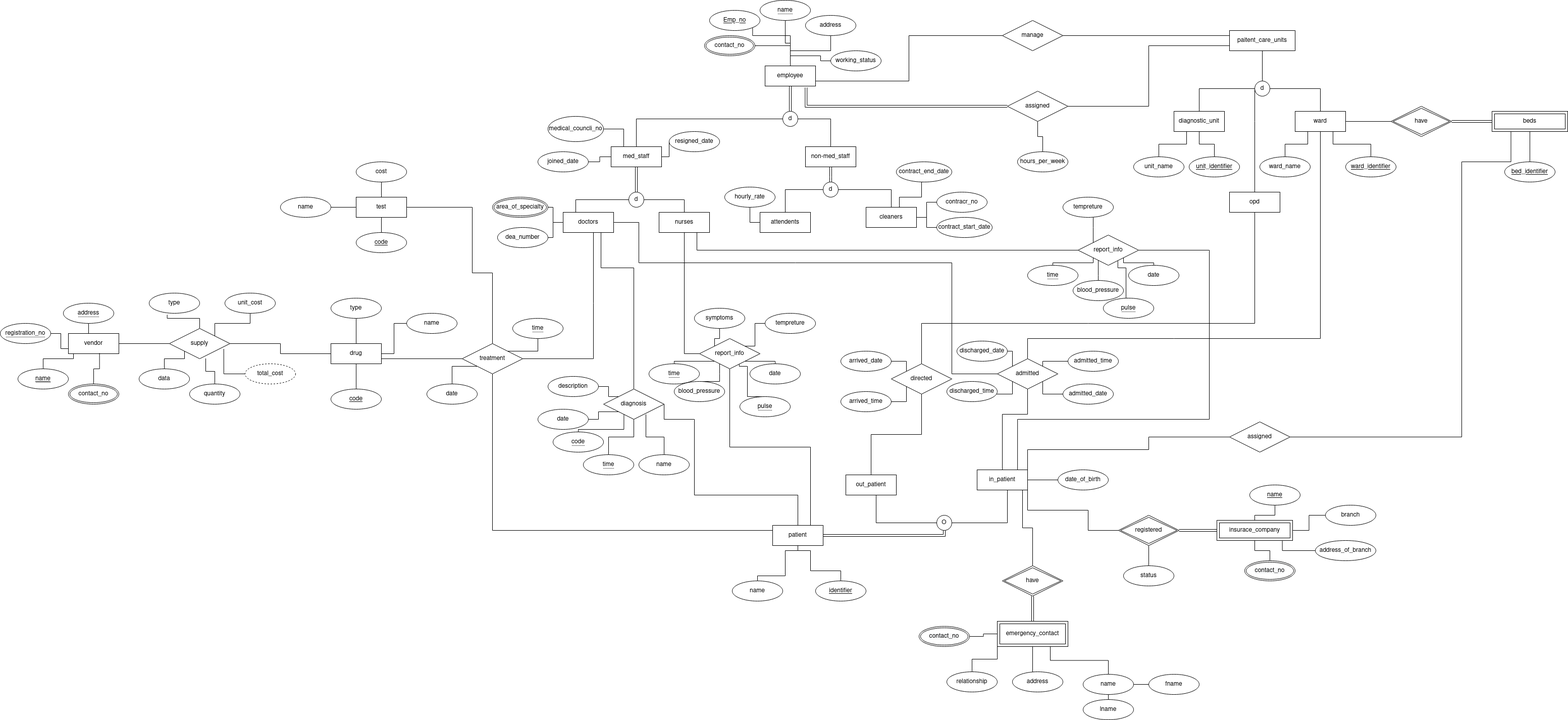
The draw.io diagram db_02.png in BhathiyaVandebona/POS_SYSTEM_0.1, before a commit. Source tidied: cells renumbered, new cells last; positions are measured from the earlier drawing's top-left corner, leaving out a move shared by most shapes.
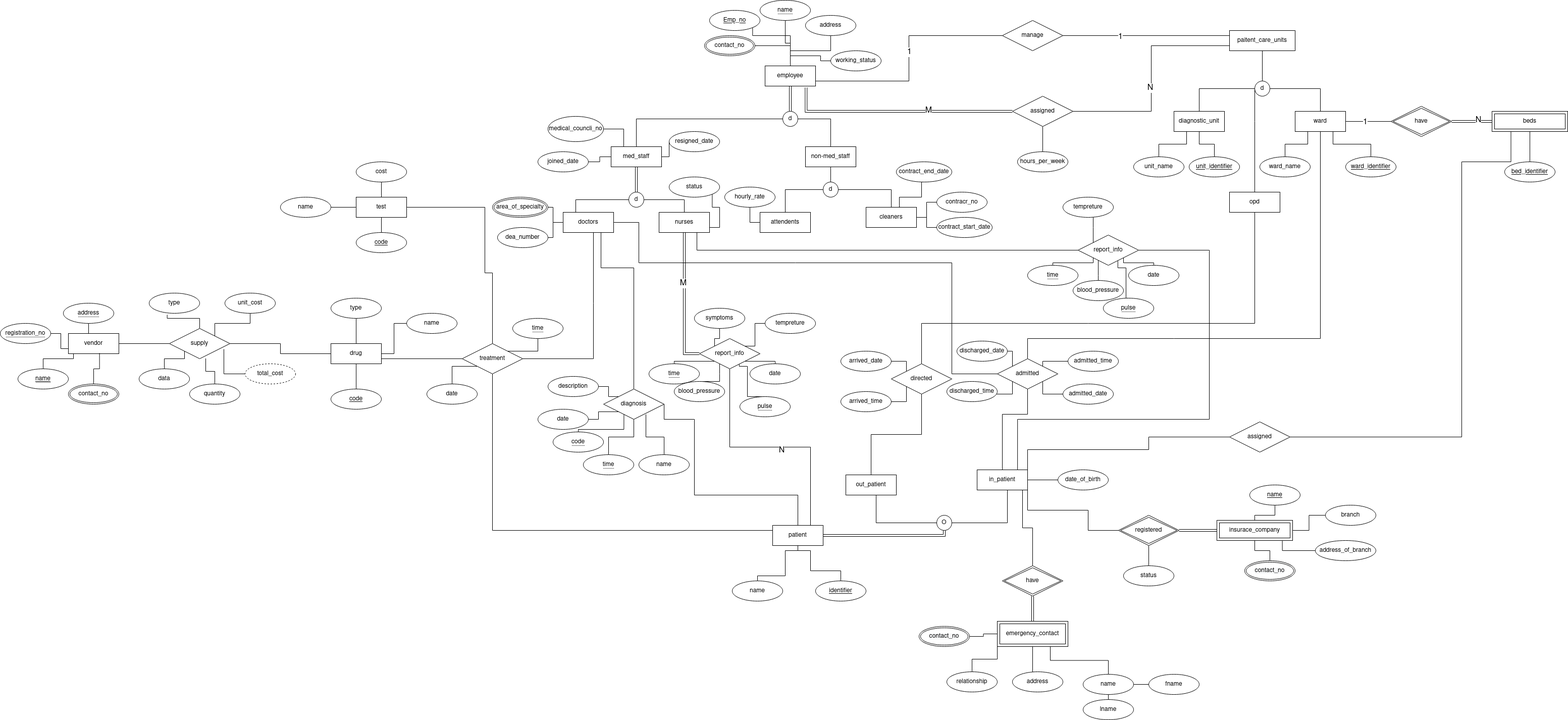
After the change.

What changed in the source:
```diff
@@ -102,9 +102,12 @@
     <mxCell id="29" value="attendents" style="whiteSpace=wrap;html=1;align=center;" parent="1" vertex="1">
       <mxGeometry x="1505" y="420" width="100" height="40" as="geometry" />
     </mxCell>
-    <mxCell id="30" style="edgeStyle=orthogonalEdgeStyle;rounded=0;jettySize=auto;html=1;startFill=0;endArrow=none;endFill=0;strokeWidth=1;entryX=0;entryY=0.5;entryDx=0;entryDy=0;" parent="1" edge="1" source="32" target="177">
+    <mxCell id="30" style="edgeStyle=orthogonalEdgeStyle;rounded=0;jettySize=auto;html=1;startFill=0;endArrow=none;endFill=0;strokeWidth=1;entryX=0;entryY=0.5;entryDx=0;entryDy=0;shape=link;" parent="1" edge="1" source="32" target="177">
       <mxGeometry relative="1" as="geometry" />
     </mxCell>
+    <mxCell id="234" value="M" style="edgeLabel;html=1;align=center;verticalAlign=middle;fontSize=16;" parent="30" vertex="1">
+      <mxGeometry x="-0.26" y="-3" relative="1" as="geometry" />
+    </mxCell>
     <mxCell id="31" style="edgeStyle=orthogonalEdgeStyle;rounded=0;jettySize=auto;html=1;exitX=0.75;exitY=1;exitDx=0;exitDy=0;entryX=0;entryY=0.5;entryDx=0;entryDy=0;startFill=0;endArrow=none;endFill=0;strokeWidth=1;" parent="1" edge="1" source="32" target="225">
       <mxGeometry relative="1" as="geometry">
         <Array as="points">
@@ -189,7 +192,7 @@
     <mxCell id="51" value="d" style="ellipse;whiteSpace=wrap;html=1;" parent="1" vertex="1">
       <mxGeometry x="1550" y="220" width="30" height="30" as="geometry" />
     </mxCell>
-    <mxCell id="52" style="edgeStyle=orthogonalEdgeStyle;rounded=0;jettySize=auto;html=1;startFill=0;endArrow=none;endFill=0;strokeWidth=1;shape=link;" parent="1" edge="1" source="55" target="27">
+    <mxCell id="52" style="edgeStyle=orthogonalEdgeStyle;rounded=0;jettySize=auto;html=1;startFill=0;endArrow=none;endFill=0;strokeWidth=1;" parent="1" edge="1" source="55" target="27">
       <mxGeometry relative="1" as="geometry" />
     </mxCell>
     <mxCell id="53" style="edgeStyle=orthogonalEdgeStyle;rounded=0;jettySize=auto;html=1;exitX=0;exitY=0.5;exitDx=0;exitDy=0;entryX=0.5;entryY=0;entryDx=0;entryDy=0;startFill=0;endArrow=none;endFill=0;strokeWidth=1;" parent="1" edge="1" source="55" target="29">
@@ -288,6 +291,9 @@
     <mxCell id="82" style="edgeStyle=orthogonalEdgeStyle;rounded=0;jettySize=auto;html=1;startFill=0;endArrow=none;endFill=0;strokeWidth=1;entryX=0;entryY=0.5;entryDx=0;entryDy=0;" parent="1" edge="1" source="83" target="220">
       <mxGeometry relative="1" as="geometry" />
     </mxCell>
+    <mxCell id="235" value="1" style="edgeLabel;html=1;align=center;verticalAlign=middle;fontSize=16;" parent="82" vertex="1">
+      <mxGeometry x="-0.14" y="-1" relative="1" as="geometry" />
+    </mxCell>
     <mxCell id="83" value="ward" style="whiteSpace=wrap;html=1;align=center;" parent="1" vertex="1">
       <mxGeometry x="2565" y="220" width="100" height="40" as="geometry" />
     </mxCell>
@@ -338,11 +344,17 @@
     <mxCell id="97" style="edgeStyle=orthogonalEdgeStyle;rounded=0;jettySize=auto;html=1;startFill=0;endArrow=none;endFill=0;strokeWidth=1;entryX=0.813;entryY=1.066;entryDx=0;entryDy=0;shape=link;entryPerimeter=0;" parent="1" edge="1" source="99" target="3">
       <mxGeometry relative="1" as="geometry" />
     </mxCell>
+    <mxCell id="236" value="&lt;font style=&quot;font-size: 16px&quot;&gt;M&lt;/font&gt;" style="edgeLabel;html=1;align=center;verticalAlign=middle;" parent="97" vertex="1">
+      <mxGeometry x="-0.27" y="-2" relative="1" as="geometry" />
+    </mxCell>
     <mxCell id="98" style="edgeStyle=orthogonalEdgeStyle;rounded=0;jettySize=auto;html=1;entryX=0;entryY=0.75;entryDx=0;entryDy=0;startFill=0;endArrow=none;endFill=0;strokeWidth=1;" parent="1" edge="1" source="99" target="87">
       <mxGeometry relative="1" as="geometry" />
     </mxCell>
+    <mxCell id="237" value="N" style="edgeLabel;html=1;align=center;verticalAlign=middle;fontSize=16;" parent="98" vertex="1">
+      <mxGeometry x="-0.08" y="3" relative="1" as="geometry" />
+    </mxCell>
     <mxCell id="99" value="assigned" style="shape=rhombus;perimeter=rhombusPerimeter;whiteSpace=wrap;html=1;align=center;" parent="1" vertex="1">
-      <mxGeometry x="1995" y="180" width="120" height="60" as="geometry" />
+      <mxGeometry x="2005" y="190" width="120" height="60" as="geometry" />
     </mxCell>
     <mxCell id="100" style="edgeStyle=orthogonalEdgeStyle;rounded=0;jettySize=auto;html=1;startFill=0;endArrow=none;endFill=0;strokeWidth=1;" parent="1" edge="1" source="101" target="99">
       <mxGeometry relative="1" as="geometry" />
@@ -353,9 +365,18 @@
     <mxCell id="102" style="edgeStyle=orthogonalEdgeStyle;rounded=0;jettySize=auto;html=1;entryX=0;entryY=0.25;entryDx=0;entryDy=0;startFill=0;endArrow=none;endFill=0;strokeWidth=1;" parent="1" edge="1" source="104" target="87">
       <mxGeometry relative="1" as="geometry" />
     </mxCell>
+    <mxCell id="238" value="&lt;font style=&quot;font-size: 16px&quot;&gt;1&lt;/font&gt;" style="edgeLabel;html=1;align=center;verticalAlign=middle;" parent="102" vertex="1">
+      <mxGeometry x="-0.31" y="-2" relative="1" as="geometry" />
+    </mxCell>
     <mxCell id="103" style="edgeStyle=orthogonalEdgeStyle;rounded=0;jettySize=auto;html=1;entryX=1;entryY=0.75;entryDx=0;entryDy=0;startFill=0;endArrow=none;endFill=0;strokeWidth=1;" parent="1" edge="1" source="104" target="3">
       <mxGeometry relative="1" as="geometry" />
     </mxCell>
+    <mxCell id="239" value="1" style="edgeLabel;html=1;align=center;verticalAlign=middle;" parent="103" vertex="1">
+      <mxGeometry x="-0.06" y="-2" relative="1" as="geometry" />
+    </mxCell>
+    <mxCell id="240" value="&lt;font style=&quot;font-size: 16px&quot;&gt;1&lt;/font&gt;" style="edgeLabel;html=1;align=center;verticalAlign=middle;" parent="103" vertex="1">
+      <mxGeometry x="-0.06" relative="1" as="geometry" />
+    </mxCell>
     <mxCell id="104" value="manage" style="shape=rhombus;perimeter=rhombusPerimeter;whiteSpace=wrap;html=1;align=center;" parent="1" vertex="1">
       <mxGeometry x="1985" y="40" width="120" height="60" as="geometry" />
     </mxCell>
@@ -415,8 +436,10 @@
     <mxCell id="120" value="type" style="ellipse;whiteSpace=wrap;html=1;align=center;" parent="1" vertex="1">
       <mxGeometry x="295" y="580" width="100" height="40" as="geometry" />
     </mxCell>
-    <mxCell id="121" style="edgeStyle=orthogonalEdgeStyle;rounded=0;jettySize=auto;html=1;entryX=0.898;entryY=0.676;entryDx=0;entryDy=0;entryPerimeter=0;startFill=0;endArrow=none;endFill=0;strokeWidth=1;" parent="1" edge="1" source="122" target="112">
-      <mxGeometry relative="1" as="geometry" />
+    <mxCell id="121" style="edgeStyle=orthogonalEdgeStyle;rounded=0;jettySize=auto;html=1;startFill=0;endArrow=none;endFill=0;strokeWidth=1;" parent="1" edge="1" source="122">
+      <mxGeometry relative="1" as="geometry">
+        <mxPoint x="443" y="691" as="targetPoint" />
+      </mxGeometry>
     </mxCell>
     <mxCell id="122" value="total_cost" style="ellipse;whiteSpace=wrap;html=1;align=center;dashed=1;" parent="1" vertex="1">
       <mxGeometry x="485" y="720" width="100" height="40" as="geometry" />
@@ -466,8 +489,8 @@
     <mxCell id="137" style="edgeStyle=orthogonalEdgeStyle;rounded=0;jettySize=auto;html=1;startFill=0;endArrow=none;endFill=0;strokeWidth=1;entryX=0.5;entryY=0;entryDx=0;entryDy=0;" parent="1" edge="1" source="138" target="108">
       <mxGeometry relative="1" as="geometry">
         <Array as="points">
-          <mxPoint x="935" y="410" />
-          <mxPoint x="935" y="540" />
+          <mxPoint x="960" y="410" />
+          <mxPoint x="960" y="540" />
           <mxPoint x="975" y="540" />
         </Array>
       </mxGeometry>
@@ -636,6 +659,9 @@
     <mxCell id="174" style="edgeStyle=orthogonalEdgeStyle;rounded=0;jettySize=auto;html=1;startFill=0;endArrow=none;endFill=0;strokeWidth=1;entryX=0.75;entryY=0;entryDx=0;entryDy=0;exitX=0.5;exitY=1;exitDx=0;exitDy=0;" parent="1" edge="1" source="177" target="146">
       <mxGeometry relative="1" as="geometry" />
     </mxCell>
+    <mxCell id="241" value="N" style="edgeLabel;html=1;align=center;verticalAlign=middle;fontSize=16;" parent="174" vertex="1">
+      <mxGeometry x="0.09" y="-6" relative="1" as="geometry" />
+    </mxCell>
     <mxCell id="175" style="edgeStyle=orthogonalEdgeStyle;rounded=0;jettySize=auto;html=1;entryX=0.5;entryY=0;entryDx=0;entryDy=0;startFill=0;endArrow=none;endFill=0;strokeWidth=1;" parent="1" edge="1" source="177" target="193">
       <mxGeometry relative="1" as="geometry">
         <Array as="points">
@@ -841,6 +867,9 @@
     <mxCell id="219" style="edgeStyle=orthogonalEdgeStyle;rounded=0;jettySize=auto;html=1;entryX=0;entryY=0.5;entryDx=0;entryDy=0;startFill=0;endArrow=none;endFill=0;strokeWidth=1;shape=link;" parent="1" edge="1" source="220" target="218">
       <mxGeometry relative="1" as="geometry" />
     </mxCell>
+    <mxCell id="242" value="N" style="edgeLabel;html=1;align=center;verticalAlign=middle;fontSize=16;" parent="219" vertex="1">
+      <mxGeometry x="0.27" y="3" relative="1" as="geometry" />
+    </mxCell>
     <mxCell id="220" value="have" style="shape=rhombus;double=1;perimeter=rhombusPerimeter;whiteSpace=wrap;html=1;align=center;" parent="1" vertex="1">
       <mxGeometry x="2755" y="210" width="120" height="60" as="geometry" />
     </mxCell>
@@ -906,5 +935,14 @@
     <mxCell id="233" value="&lt;span style=&quot;border-bottom: 1px dotted&quot;&gt;time&lt;/span&gt;" style="ellipse;whiteSpace=wrap;html=1;align=center;" parent="1" vertex="1">
       <mxGeometry x="2035" y="525" width="100" height="40" as="geometry" />
     </mxCell>
+    <mxCell id="243" style="edgeStyle=orthogonalEdgeStyle;rounded=0;jettySize=auto;html=1;exitX=0.5;exitY=1;exitDx=0;exitDy=0;entryX=0.75;entryY=0;entryDx=0;entryDy=0;strokeColor=none;startArrow=none;startFill=0;" parent="1" edge="1" source="245" target="32">
+      <mxGeometry relative="1" as="geometry" />
+    </mxCell>
+    <mxCell id="244" style="edgeStyle=orthogonalEdgeStyle;rounded=0;jettySize=auto;html=1;exitX=1;exitY=1;exitDx=0;exitDy=0;entryX=1;entryY=0.75;entryDx=0;entryDy=0;startArrow=none;startFill=0;endArrow=none;endFill=0;" parent="1" edge="1" source="245" target="32">
+      <mxGeometry relative="1" as="geometry" />
+    </mxCell>
+    <mxCell id="245" value="status" style="ellipse;whiteSpace=wrap;html=1;align=center;" parent="1" vertex="1">
+      <mxGeometry x="1325" y="350" width="100" height="40" as="geometry" />
+    </mxCell>
   </root>
 </mxGraphModel>
```
